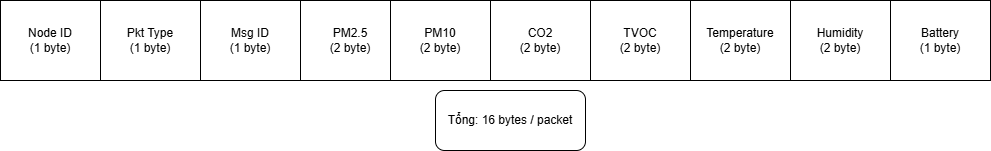
Ductham95/datn keeps this draw.io diagram as docs/LoraPacket.drawio.png. Above is the earlier version. Source tidied: cells renumbered, new cells last; positions are measured from the earlier drawing's top-left corner, leaving out a move shared by most shapes. Source of this version:
```xml
<mxGraphModel>
  <root>
    <mxCell id="0" />
    <mxCell id="1" parent="0" />
    <mxCell id="2" value="Node ID&lt;div&gt;(1 byte)&lt;/div&gt;" style="rounded=0;whiteSpace=wrap;html=1;" parent="1" vertex="1">
      <mxGeometry width="100" height="80" as="geometry" />
    </mxCell>
    <mxCell id="3" value="Pkt Type&lt;div&gt;(1 byte)&lt;/div&gt;" style="rounded=0;whiteSpace=wrap;html=1;" parent="1" vertex="1">
      <mxGeometry x="100" width="100" height="80" as="geometry" />
    </mxCell>
    <mxCell id="4" value="Msg ID&lt;div&gt;(1 byte)&lt;/div&gt;" style="rounded=0;whiteSpace=wrap;html=1;" parent="1" vertex="1">
      <mxGeometry x="200" width="100" height="80" as="geometry" />
    </mxCell>
    <mxCell id="5" value="PM2.5&lt;div&gt;(2 byte)&lt;/div&gt;" style="rounded=0;whiteSpace=wrap;html=1;" parent="1" vertex="1">
      <mxGeometry x="300" width="100" height="80" as="geometry" />
    </mxCell>
    <mxCell id="6" value="PM10&lt;div&gt;(2 byte)&lt;/div&gt;" style="rounded=0;whiteSpace=wrap;html=1;" parent="1" vertex="1">
      <mxGeometry x="390" width="100" height="80" as="geometry" />
    </mxCell>
    <mxCell id="7" value="CO2&lt;div&gt;(2 byte)&lt;/div&gt;" style="rounded=0;whiteSpace=wrap;html=1;" parent="1" vertex="1">
      <mxGeometry x="490" width="100" height="80" as="geometry" />
    </mxCell>
    <mxCell id="8" value="TVOC&lt;div&gt;(2 byte)&lt;/div&gt;" style="rounded=0;whiteSpace=wrap;html=1;" parent="1" vertex="1">
      <mxGeometry x="590" width="100" height="80" as="geometry" />
    </mxCell>
    <mxCell id="9" value="Temp&lt;div&gt;(2 byte)&lt;/div&gt;" style="rounded=0;whiteSpace=wrap;html=1;" parent="1" vertex="1">
      <mxGeometry x="690" width="100" height="80" as="geometry" />
    </mxCell>
    <mxCell id="10" value="Temperature&lt;div&gt;(2 byte)&lt;/div&gt;" style="rounded=0;whiteSpace=wrap;html=1;" parent="1" vertex="1">
      <mxGeometry x="690" width="100" height="80" as="geometry" />
    </mxCell>
    <mxCell id="11" value="Humidity&lt;div&gt;(2 byte)&lt;/div&gt;" style="rounded=0;whiteSpace=wrap;html=1;" parent="1" vertex="1">
      <mxGeometry x="790" width="100" height="80" as="geometry" />
    </mxCell>
    <mxCell id="12" value="Battery&lt;div&gt;(1 byte)&lt;/div&gt;" style="rounded=0;whiteSpace=wrap;html=1;" parent="1" vertex="1">
      <mxGeometry x="890" width="100" height="80" as="geometry" />
    </mxCell>
    <mxCell id="13" value="Tổng: 16 bytes / packet" style="rounded=1;whiteSpace=wrap;html=1;" parent="1" vertex="1">
      <mxGeometry x="435" y="90" width="150" height="60" as="geometry" />
    </mxCell>
  </root>
</mxGraphModel>
```
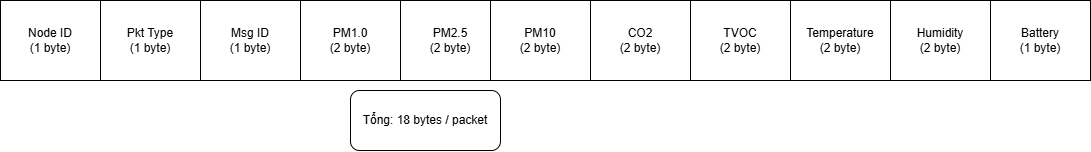
The same diagram one commit later.

What changed in the source:
```diff
@@ -2,14 +2,11 @@
   <root>
     <mxCell id="0" />
     <mxCell id="1" parent="0" />
-    <mxCell id="2" value="Node ID&lt;div&gt;(1 byte)&lt;/div&gt;" style="rounded=0;whiteSpace=wrap;html=1;" parent="1" vertex="1">
-      <mxGeometry width="100" height="80" as="geometry" />
-    </mxCell>
     <mxCell id="3" value="Pkt Type&lt;div&gt;(1 byte)&lt;/div&gt;" style="rounded=0;whiteSpace=wrap;html=1;" parent="1" vertex="1">
-      <mxGeometry x="100" width="100" height="80" as="geometry" />
+      <mxGeometry x="-17" width="100" height="80" as="geometry" />
     </mxCell>
     <mxCell id="4" value="Msg ID&lt;div&gt;(1 byte)&lt;/div&gt;" style="rounded=0;whiteSpace=wrap;html=1;" parent="1" vertex="1">
-      <mxGeometry x="200" width="100" height="80" as="geometry" />
+      <mxGeometry x="83" width="100" height="80" as="geometry" />
     </mxCell>
     <mxCell id="5" value="PM2.5&lt;div&gt;(2 byte)&lt;/div&gt;" style="rounded=0;whiteSpace=wrap;html=1;" parent="1" vertex="1">
       <mxGeometry x="300" width="100" height="80" as="geometry" />
@@ -35,8 +32,20 @@
     <mxCell id="12" value="Battery&lt;div&gt;(1 byte)&lt;/div&gt;" style="rounded=0;whiteSpace=wrap;html=1;" parent="1" vertex="1">
       <mxGeometry x="890" width="100" height="80" as="geometry" />
     </mxCell>
-    <mxCell id="13" value="Tổng: 16 bytes / packet" style="rounded=1;whiteSpace=wrap;html=1;" parent="1" vertex="1">
-      <mxGeometry x="435" y="90" width="150" height="60" as="geometry" />
+    <mxCell id="13" value="Tổng: 18 bytes / packet" style="rounded=1;whiteSpace=wrap;html=1;" parent="1" vertex="1">
+      <mxGeometry x="250" y="90" width="150" height="60" as="geometry" />
     </mxCell>
+    <mxCell id="14" value="PM1.0&lt;div&gt;(2 byte)&lt;/div&gt;" style="rounded=0;whiteSpace=wrap;html=1;" parent="1" vertex="1">
+      <mxGeometry x="200" width="100" height="80" as="geometry" />
+    </mxCell>
+    <mxCell id="15" value="Msg ID&lt;div&gt;(1 byte)&lt;/div&gt;" style="rounded=0;whiteSpace=wrap;html=1;" parent="1" vertex="1">
+      <mxGeometry x="100" width="100" height="80" as="geometry" />
+    </mxCell>
+    <mxCell id="16" value="Pkt Type&lt;div&gt;(1 byte)&lt;/div&gt;" style="rounded=0;whiteSpace=wrap;html=1;" parent="1" vertex="1">
+      <mxGeometry width="100" height="80" as="geometry" />
+    </mxCell>
+    <mxCell id="2" value="Node ID&lt;div&gt;(1 byte)&lt;/div&gt;" style="rounded=0;whiteSpace=wrap;html=1;" parent="1" vertex="1">
+      <mxGeometry x="-100" width="100" height="80" as="geometry" />
+    </mxCell>
   </root>
 </mxGraphModel>
```
